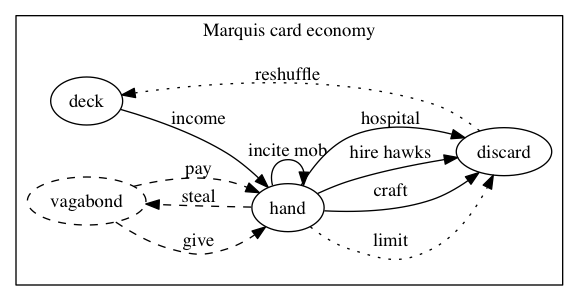
Earlier version of the Graphviz export diagrams/marquis-cards.png (krawaller/root). Its source is kept beside it as diagrams/marquis-cards.dot.
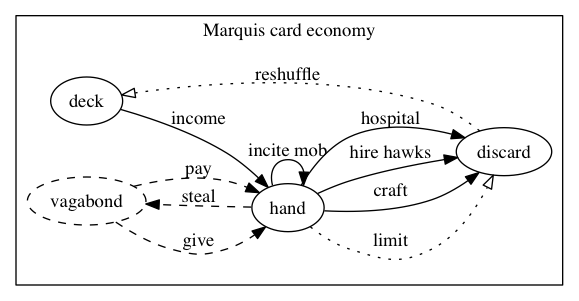
The same diagram one commit later.

Commit message:
empty arrowhead for dotted lines

Diff of the diagram source:
```diff
@@ -8,7 +8,7 @@
 
 
     deck -> hand [label="income"]
-    hand -> discard [label="limit" style=dotted]
+    hand -> discard [label="limit" style=dotted arrowhead=empty]
 
     hand -> discard [label="craft"]
     hand -> discard [label="hire hawks"]
@@ -20,7 +20,7 @@
     vagabond -> hand [label="give" style=dashed]
     hand -> vagabond [label="steal" style=dashed]
 
-    discard -> deck [style=dotted label="reshuffle"]
+    discard -> deck [style=dotted label="reshuffle" arrowhead=empty]
 
     {rank=same;vagabond, deck}
   }
```
